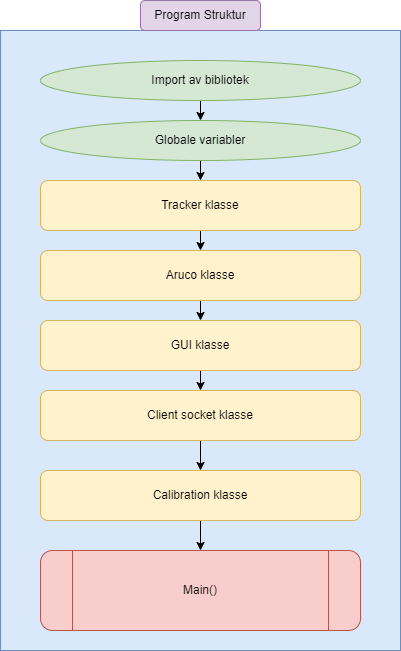
Before: Program Struktur.drawio.png, a diagram exported from draw.io (bj8rnar/HVL-bachelor-computer-vision-2022). Source tidied: cells renumbered, new cells last; positions are measured from the earlier drawing's top-left corner, leaving out a move shared by most shapes. Source of this version:
```xml
<mxGraphModel>
  <root>
    <mxCell id="0" />
    <mxCell id="1" parent="0" />
    <mxCell id="2" style="rounded=0;whiteSpace=wrap;html=1;fillColor=#dae8fc;strokeColor=#6c8ebf;" parent="1" vertex="1">
      <mxGeometry y="30" width="400" height="620" as="geometry" />
    </mxCell>
    <mxCell id="3" style="edgeStyle=none;html=1;" parent="1" edge="1" source="4" target="6">
      <mxGeometry relative="1" as="geometry" />
    </mxCell>
    <mxCell id="4" value="Import av bibliotek" style="ellipse;whiteSpace=wrap;html=1;fillColor=#d5e8d4;strokeColor=#82b366;" parent="1" vertex="1">
      <mxGeometry x="40" y="60" width="320" height="40" as="geometry" />
    </mxCell>
    <mxCell id="5" style="edgeStyle=none;html=1;" parent="1" edge="1" source="6" target="8">
      <mxGeometry relative="1" as="geometry" />
    </mxCell>
    <mxCell id="6" value="Globale variabler" style="ellipse;whiteSpace=wrap;html=1;fillColor=#d5e8d4;strokeColor=#82b366;" parent="1" vertex="1">
      <mxGeometry x="40" y="120" width="320" height="40" as="geometry" />
    </mxCell>
    <mxCell id="7" style="edgeStyle=none;html=1;" parent="1" edge="1" source="8" target="10">
      <mxGeometry relative="1" as="geometry" />
    </mxCell>
    <mxCell id="8" value="Tracker klasse" style="rounded=1;whiteSpace=wrap;html=1;fillColor=#fff2cc;strokeColor=#d6b656;" parent="1" vertex="1">
      <mxGeometry x="40" y="180" width="320" height="50" as="geometry" />
    </mxCell>
    <mxCell id="9" style="edgeStyle=none;html=1;" parent="1" edge="1" source="10" target="12">
      <mxGeometry relative="1" as="geometry" />
    </mxCell>
    <mxCell id="10" value="Aruco klasse" style="rounded=1;whiteSpace=wrap;html=1;fillColor=#fff2cc;strokeColor=#d6b656;" parent="1" vertex="1">
      <mxGeometry x="40" y="250" width="320" height="50" as="geometry" />
    </mxCell>
    <mxCell id="11" style="edgeStyle=none;html=1;" parent="1" edge="1" source="12" target="14">
      <mxGeometry relative="1" as="geometry" />
    </mxCell>
    <mxCell id="12" value="GUI klasse" style="rounded=1;whiteSpace=wrap;html=1;fillColor=#fff2cc;strokeColor=#d6b656;" parent="1" vertex="1">
      <mxGeometry x="40" y="320" width="320" height="50" as="geometry" />
    </mxCell>
    <mxCell id="13" style="edgeStyle=none;html=1;" parent="1" edge="1" source="14" target="16">
      <mxGeometry relative="1" as="geometry" />
    </mxCell>
    <mxCell id="14" value="Client socket klasse" style="rounded=1;whiteSpace=wrap;html=1;fillColor=#fff2cc;strokeColor=#d6b656;" parent="1" vertex="1">
      <mxGeometry x="40" y="390" width="320" height="50" as="geometry" />
    </mxCell>
    <mxCell id="15" style="edgeStyle=none;html=1;" parent="1" edge="1" source="16" target="17">
      <mxGeometry relative="1" as="geometry" />
    </mxCell>
    <mxCell id="16" value="Calibration klasse" style="rounded=1;whiteSpace=wrap;html=1;fillColor=#fff2cc;strokeColor=#d6b656;" parent="1" vertex="1">
      <mxGeometry x="40" y="470" width="320" height="50" as="geometry" />
    </mxCell>
    <mxCell id="17" value="Main()" style="shape=process;whiteSpace=wrap;html=1;backgroundOutline=1;rounded=1;fillColor=#f8cecc;strokeColor=#b85450;" parent="1" vertex="1">
      <mxGeometry x="40" y="550" width="320" height="80" as="geometry" />
    </mxCell>
    <mxCell id="18" value="Program Struktur" style="rounded=1;whiteSpace=wrap;html=1;fillColor=#e1d5e7;strokeColor=#9673a6;" parent="1" vertex="1">
      <mxGeometry x="140" width="120" height="30" as="geometry" />
    </mxCell>
  </root>
</mxGraphModel>
```
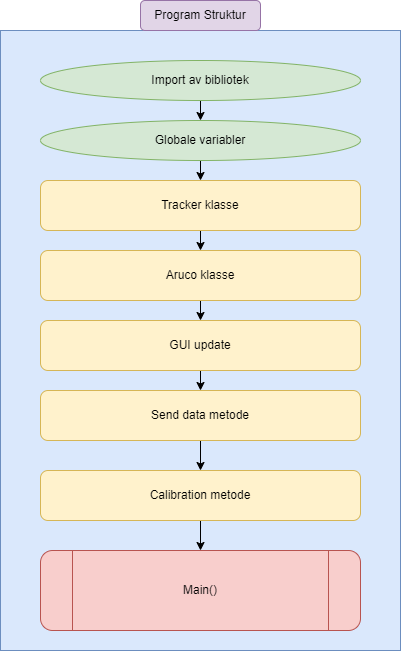
The same diagram one commit later.

Diff of the diagram source:
```diff
@@ -32,19 +32,19 @@
     <mxCell id="11" style="edgeStyle=none;html=1;" parent="1" edge="1" source="12" target="14">
       <mxGeometry relative="1" as="geometry" />
     </mxCell>
-    <mxCell id="12" value="GUI klasse" style="rounded=1;whiteSpace=wrap;html=1;fillColor=#fff2cc;strokeColor=#d6b656;" parent="1" vertex="1">
+    <mxCell id="12" value="GUI update" style="rounded=1;whiteSpace=wrap;html=1;fillColor=#fff2cc;strokeColor=#d6b656;" parent="1" vertex="1">
       <mxGeometry x="40" y="320" width="320" height="50" as="geometry" />
     </mxCell>
     <mxCell id="13" style="edgeStyle=none;html=1;" parent="1" edge="1" source="14" target="16">
       <mxGeometry relative="1" as="geometry" />
     </mxCell>
-    <mxCell id="14" value="Client socket klasse" style="rounded=1;whiteSpace=wrap;html=1;fillColor=#fff2cc;strokeColor=#d6b656;" parent="1" vertex="1">
+    <mxCell id="14" value="Send data metode" style="rounded=1;whiteSpace=wrap;html=1;fillColor=#fff2cc;strokeColor=#d6b656;" parent="1" vertex="1">
       <mxGeometry x="40" y="390" width="320" height="50" as="geometry" />
     </mxCell>
     <mxCell id="15" style="edgeStyle=none;html=1;" parent="1" edge="1" source="16" target="17">
       <mxGeometry relative="1" as="geometry" />
     </mxCell>
-    <mxCell id="16" value="Calibration klasse" style="rounded=1;whiteSpace=wrap;html=1;fillColor=#fff2cc;strokeColor=#d6b656;" parent="1" vertex="1">
+    <mxCell id="16" value="Calibration metode" style="rounded=1;whiteSpace=wrap;html=1;fillColor=#fff2cc;strokeColor=#d6b656;" parent="1" vertex="1">
       <mxGeometry x="40" y="470" width="320" height="50" as="geometry" />
     </mxCell>
     <mxCell id="17" value="Main()" style="shape=process;whiteSpace=wrap;html=1;backgroundOutline=1;rounded=1;fillColor=#f8cecc;strokeColor=#b85450;" parent="1" vertex="1">
```
